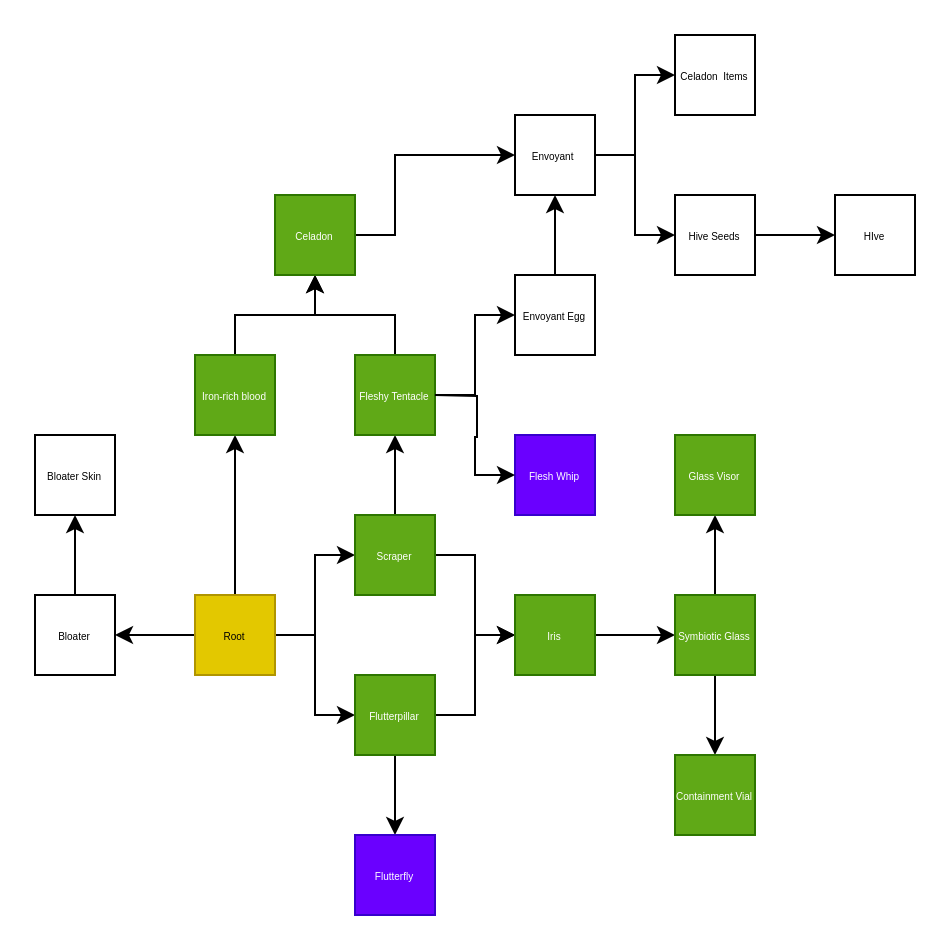
This is map.drawio from asdru22/symbiote, a draw.io file, before an edit. Source tidied: cells renumbered, new cells numbered last; positions are measured from the earlier drawing's top-left corner, leaving out a move shared by most shapes. Both pictures are drawn from the tidied source at 200%, with x=0, y=0 at pixel (34, 34).
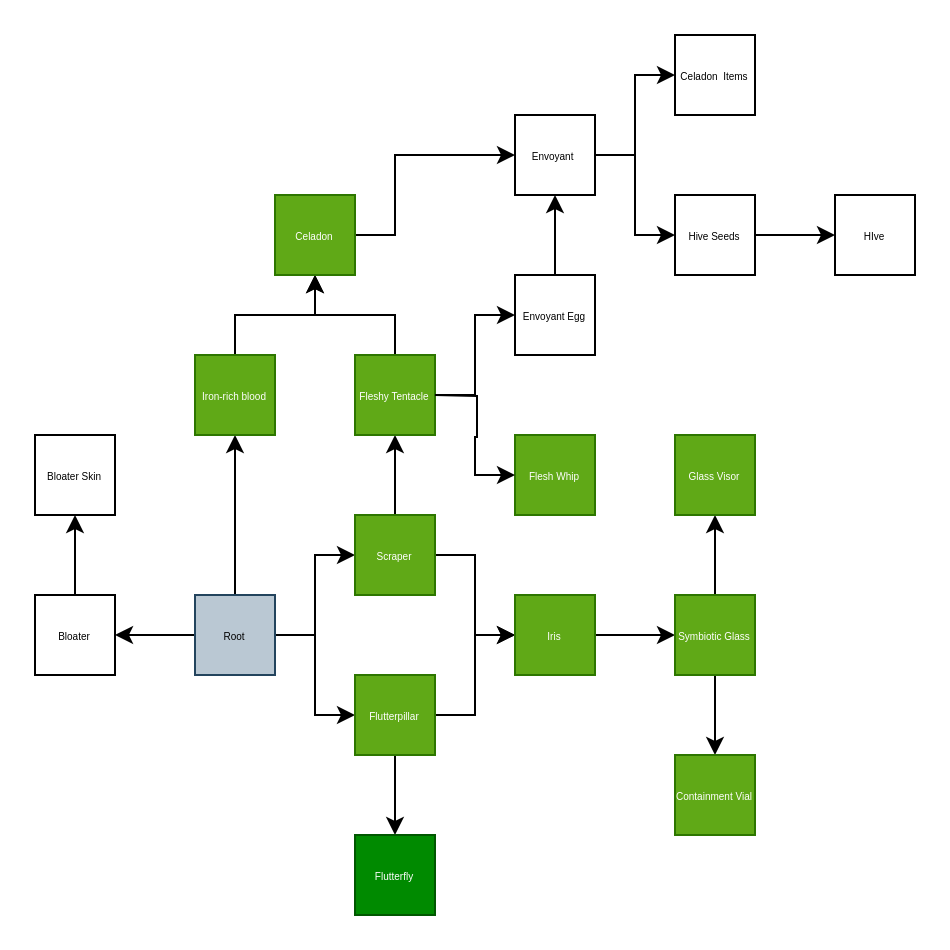
After the change.

Change to the diagram source:
```diff
@@
-    <mxCell id="6" value="Root" style="rounded=0;whiteSpace=wrap;html=1;fontSize=5;fillColor=#e3c800;fontColor=#000000;strokeColor=#B09500;" parent="1" vertex="1">
+    <mxCell id="6" value="Root" style="rounded=0;whiteSpace=wrap;html=1;fontSize=5;fillColor=#bac8d3;strokeColor=#23445d;" parent="1" vertex="1">
       <mxGeometry x="80" y="280" width="40" height="40" as="geometry" />
     </mxCell>
@@
-    <mxCell id="13" value="Flutterfly" style="rounded=0;whiteSpace=wrap;html=1;fontSize=5;fillColor=#6a00ff;fontColor=#ffffff;strokeColor=#3700CC;" parent="1" vertex="1">
+    <mxCell id="13" value="Flutterfly" style="rounded=0;whiteSpace=wrap;html=1;fontSize=5;fillColor=#008a00;fontColor=#ffffff;strokeColor=#005700;" parent="1" vertex="1">
       <mxGeometry x="160" y="400" width="40" height="40" as="geometry" />
     </mxCell>
@@
-    <mxCell id="36" value="Flesh Whip" style="rounded=0;whiteSpace=wrap;html=1;fontSize=5;fillColor=#6a00ff;fontColor=#ffffff;strokeColor=#3700CC;" parent="1" vertex="1">
+    <mxCell id="36" value="Flesh Whip" style="rounded=0;whiteSpace=wrap;html=1;fontSize=5;fillColor=#60a917;fontColor=#ffffff;strokeColor=#2D7600;" parent="1" vertex="1">
       <mxGeometry x="240" y="200" width="40" height="40" as="geometry" />
     </mxCell>
```
